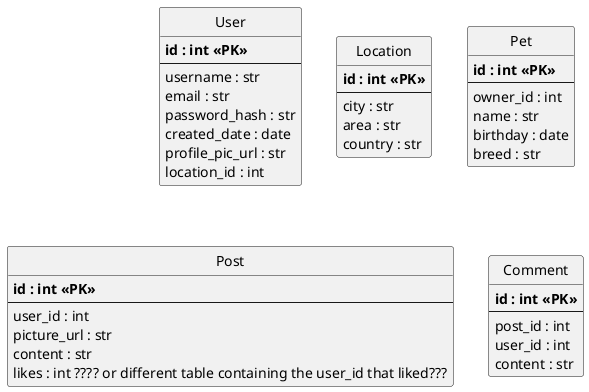
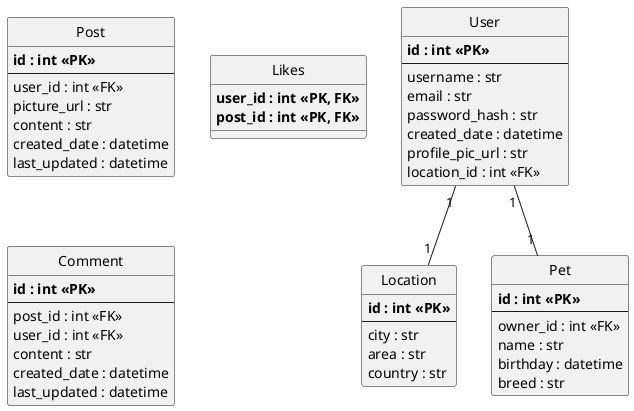
@startuml
hide circle

class User {
    **id : int <<PK>>**
    --
    username : str
    email : str
    password_hash : str
-     created_date : date
+     created_date : datetime
    profile_pic_url : str
-     location_id : int
+     location_id : int <<FK>>
}


class Location {
    **id : int <<PK>>**
    --
    city : str
    area : str
    country : str
}

class Pet {
    **id : int <<PK>>**
    --
-     owner_id : int
+     owner_id : int <<FK>>
    name : str
-     birthday : date
+     birthday : datetime
    breed : str
}

class Post {
    **id : int <<PK>>**
    --
-     user_id : int
+     user_id : int <<FK>>
    picture_url : str
    content : str
-     likes : int ???? or different table containing the user_id that liked???
+     created_date : datetime
+     last_updated : datetime
+ }
+ 
+ class Likes {
+     **user_id : int <<PK, FK>>**
+     **post_id : int <<PK, FK>>**
}

class Comment {
    **id : int <<PK>>**
    --
-     post_id : int
-     user_id : int
+     post_id : int <<FK>>
+     user_id : int <<FK>>
    content : str
+     created_date : datetime
+     last_updated : datetime
}

+ User "1" -- "1" Location
+ 
+ User "1" -- "1" Pet
+ 
@enduml
